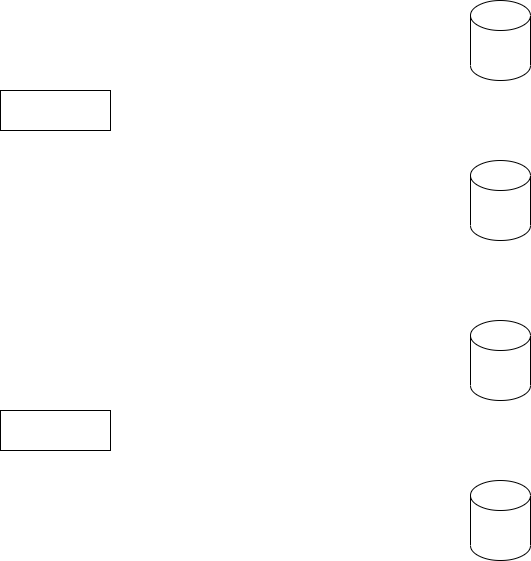
The draw.io diagram 分布式事——2PC.png in fxbin/Image-Of-MySelf, before a commit. Source tidied: cells renumbered, new cells last; positions are measured from the earlier drawing's top-left corner, leaving out a move shared by most shapes.
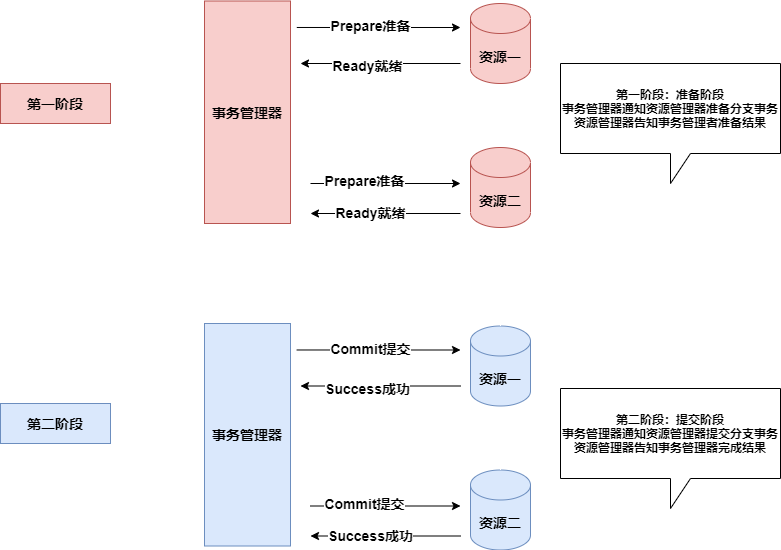
Above is the later version.

Commit message:
更新分布式事——2PC.png

What changed in the source:
```diff
@@ -2,23 +2,117 @@
   <root>
     <mxCell id="0" />
     <mxCell id="1" parent="0" />
-    <mxCell id="2" style="rounded=0;whiteSpace=wrap;html=1;" parent="1" vertex="1">
-      <mxGeometry y="90" width="110" height="40" as="geometry" />
+    <mxCell id="2" value="&lt;b&gt;&lt;font style=&quot;font-size: 14px&quot;&gt;第一阶段&lt;/font&gt;&lt;/b&gt;" style="rounded=0;whiteSpace=wrap;html=1;fillColor=#f8cecc;strokeColor=#b85450;" parent="1" vertex="1">
+      <mxGeometry x="-100" y="90" width="110" height="40" as="geometry" />
     </mxCell>
-    <mxCell id="3" style="rounded=0;whiteSpace=wrap;html=1;" parent="1" vertex="1">
-      <mxGeometry y="410" width="110" height="40" as="geometry" />
+    <mxCell id="3" value="&lt;font style=&quot;font-size: 14px&quot;&gt;&lt;b&gt;第二阶段&lt;/b&gt;&lt;/font&gt;" style="rounded=0;whiteSpace=wrap;html=1;fillColor=#dae8fc;strokeColor=#6c8ebf;" parent="1" vertex="1">
+      <mxGeometry x="-100" y="410" width="110" height="40" as="geometry" />
     </mxCell>
-    <mxCell id="4" style="shape=cylinder3;whiteSpace=wrap;html=1;boundedLbl=1;backgroundOutline=1;size=15;" parent="1" vertex="1">
-      <mxGeometry x="470" width="60" height="80" as="geometry" />
+    <mxCell id="4" value="&lt;font style=&quot;font-size: 14px&quot;&gt;&lt;b&gt;资源一&lt;/b&gt;&lt;/font&gt;" style="shape=cylinder3;whiteSpace=wrap;html=1;boundedLbl=1;backgroundOutline=1;size=15;fillColor=#f8cecc;strokeColor=#b85450;" parent="1" vertex="1">
+      <mxGeometry x="370" y="10" width="60" height="80" as="geometry" />
     </mxCell>
-    <mxCell id="5" style="shape=cylinder3;whiteSpace=wrap;html=1;boundedLbl=1;backgroundOutline=1;size=15;" parent="1" vertex="1">
-      <mxGeometry x="470" y="160" width="60" height="80" as="geometry" />
+    <mxCell id="5" value="&lt;b&gt;&lt;font style=&quot;font-size: 14px&quot;&gt;资源二&lt;/font&gt;&lt;/b&gt;" style="shape=cylinder3;whiteSpace=wrap;html=1;boundedLbl=1;backgroundOutline=1;size=15;fillColor=#f8cecc;strokeColor=#b85450;" parent="1" vertex="1">
+      <mxGeometry x="370" y="154" width="60" height="80" as="geometry" />
     </mxCell>
-    <mxCell id="6" style="shape=cylinder3;whiteSpace=wrap;html=1;boundedLbl=1;backgroundOutline=1;size=15;" parent="1" vertex="1">
-      <mxGeometry x="470" y="320" width="60" height="80" as="geometry" />
-    </mxCell>
-    <mxCell id="7" style="shape=cylinder3;whiteSpace=wrap;html=1;boundedLbl=1;backgroundOutline=1;size=15;" parent="1" vertex="1">
-      <mxGeometry x="470" y="480" width="60" height="80" as="geometry" />
-    </mxCell>
+    <mxCell id="8" value="&lt;font style=&quot;font-size: 14px&quot;&gt;&lt;b&gt;事务管理器&lt;/b&gt;&lt;/font&gt;" style="rounded=0;whiteSpace=wrap;html=1;fillColor=#f8cecc;strokeColor=#b85450;" parent="1" vertex="1">
+      <mxGeometry x="104" y="7.5" width="86" height="222.5" as="geometry" />
+    </mxCell>
+    <mxCell id="9" style="endArrow=classic;html=1;" parent="1" edge="1">
+      <mxGeometry relative="1" as="geometry">
+        <mxPoint x="360" y="70" as="sourcePoint" />
+        <mxPoint x="200" y="70" as="targetPoint" />
+      </mxGeometry>
+    </mxCell>
+    <mxCell id="10" value="&lt;b&gt;&lt;font style=&quot;font-size: 14px&quot;&gt;Ready就绪&lt;/font&gt;&lt;/b&gt;" style="edgeLabel;html=1;align=center;verticalAlign=middle;" parent="9" vertex="1">
+      <mxGeometry x="0.26" y="2" relative="1" as="geometry">
+        <mxPoint x="8" as="offset" />
+      </mxGeometry>
+    </mxCell>
+    <mxCell id="11" style="endArrow=classic;html=1;" parent="1" edge="1">
+      <mxGeometry relative="1" as="geometry">
+        <mxPoint x="210" y="190" as="sourcePoint" />
+        <mxPoint x="360" y="190" as="targetPoint" />
+      </mxGeometry>
+    </mxCell>
+    <mxCell id="12" value="&lt;b&gt;&lt;font style=&quot;font-size: 14px&quot;&gt;Prepare准备&lt;/font&gt;&lt;/b&gt;" style="edgeLabel;html=1;align=center;verticalAlign=middle;" parent="11" vertex="1">
+      <mxGeometry x="-0.28" y="3" relative="1" as="geometry" />
+    </mxCell>
+    <mxCell id="13" style="endArrow=classic;html=1;" parent="1" edge="1">
+      <mxGeometry relative="1" as="geometry">
+        <mxPoint x="360" y="220" as="sourcePoint" />
+        <mxPoint x="210" y="220" as="targetPoint" />
+      </mxGeometry>
+    </mxCell>
+    <mxCell id="14" value="&lt;b&gt;&lt;font style=&quot;font-size: 14px&quot;&gt;Ready就绪&lt;/font&gt;&lt;/b&gt;" style="edgeLabel;html=1;align=center;verticalAlign=middle;" parent="13" vertex="1">
+      <mxGeometry x="0.63" y="-1" relative="1" as="geometry">
+        <mxPoint x="32" as="offset" />
+      </mxGeometry>
+    </mxCell>
+    <mxCell id="15" style="endArrow=classic;html=1;exitX=1.073;exitY=0.119;exitDx=0;exitDy=0;exitPerimeter=0;" parent="1" edge="1" source="8">
+      <mxGeometry relative="1" as="geometry">
+        <mxPoint x="360" y="34" as="targetPoint" />
+      </mxGeometry>
+    </mxCell>
+    <mxCell id="16" value="&lt;b&gt;&lt;font style=&quot;font-size: 14px&quot;&gt;Prepare准备&lt;/font&gt;&lt;/b&gt;" style="edgeLabel;html=1;align=center;verticalAlign=middle;" parent="15" vertex="1">
+      <mxGeometry x="-0.36" y="2" relative="1" as="geometry">
+        <mxPoint x="21.7" as="offset" />
+      </mxGeometry>
+    </mxCell>
+    <mxCell id="17" value="&lt;font style=&quot;font-size: 14px&quot;&gt;&lt;b&gt;资源一&lt;/b&gt;&lt;/font&gt;" style="shape=cylinder3;whiteSpace=wrap;html=1;boundedLbl=1;backgroundOutline=1;size=15;fillColor=#dae8fc;strokeColor=#6c8ebf;" parent="1" vertex="1">
+      <mxGeometry x="370" y="332.5" width="60" height="80" as="geometry" />
+    </mxCell>
+    <mxCell id="18" value="&lt;b&gt;&lt;font style=&quot;font-size: 14px&quot;&gt;资源二&lt;/font&gt;&lt;/b&gt;" style="shape=cylinder3;whiteSpace=wrap;html=1;boundedLbl=1;backgroundOutline=1;size=15;fillColor=#dae8fc;strokeColor=#6c8ebf;" parent="1" vertex="1">
+      <mxGeometry x="370" y="476.5" width="60" height="80" as="geometry" />
+    </mxCell>
+    <mxCell id="19" value="&lt;font style=&quot;font-size: 14px&quot;&gt;&lt;b&gt;事务管理器&lt;/b&gt;&lt;/font&gt;" style="rounded=0;whiteSpace=wrap;html=1;fillColor=#dae8fc;strokeColor=#6c8ebf;" parent="1" vertex="1">
+      <mxGeometry x="104" y="330" width="86" height="222.5" as="geometry" />
+    </mxCell>
+    <mxCell id="20" style="endArrow=classic;html=1;" parent="1" edge="1">
+      <mxGeometry relative="1" as="geometry">
+        <mxPoint x="360" y="392.5" as="sourcePoint" />
+        <mxPoint x="200" y="392.5" as="targetPoint" />
+      </mxGeometry>
+    </mxCell>
+    <mxCell id="21" value="&lt;b&gt;&lt;font style=&quot;font-size: 14px&quot;&gt;Success成功&lt;/font&gt;&lt;/b&gt;" style="edgeLabel;html=1;align=center;verticalAlign=middle;" parent="20" vertex="1">
+      <mxGeometry x="0.26" y="2" relative="1" as="geometry">
+        <mxPoint x="8" as="offset" />
+      </mxGeometry>
+    </mxCell>
+    <mxCell id="22" style="endArrow=classic;html=1;" parent="1" edge="1">
+      <mxGeometry relative="1" as="geometry">
+        <mxPoint x="210" y="512.5" as="sourcePoint" />
+        <mxPoint x="360" y="512.5" as="targetPoint" />
+      </mxGeometry>
+    </mxCell>
+    <mxCell id="23" value="&lt;span style=&quot;font-size: 14px&quot;&gt;&lt;b&gt;Commit提交&lt;/b&gt;&lt;/span&gt;" style="edgeLabel;html=1;align=center;verticalAlign=middle;" parent="22" vertex="1">
+      <mxGeometry x="-0.28" y="3" relative="1" as="geometry" />
+    </mxCell>
+    <mxCell id="24" style="endArrow=classic;html=1;" parent="1" edge="1">
+      <mxGeometry relative="1" as="geometry">
+        <mxPoint x="360" y="542.5" as="sourcePoint" />
+        <mxPoint x="210" y="542.5" as="targetPoint" />
+      </mxGeometry>
+    </mxCell>
+    <mxCell id="25" value="&lt;b&gt;&lt;font style=&quot;font-size: 14px&quot;&gt;Success成功&lt;/font&gt;&lt;/b&gt;" style="edgeLabel;html=1;align=center;verticalAlign=middle;" parent="24" vertex="1">
+      <mxGeometry x="0.63" y="-1" relative="1" as="geometry">
+        <mxPoint x="32" as="offset" />
+      </mxGeometry>
+    </mxCell>
+    <mxCell id="26" style="endArrow=classic;html=1;exitX=1.073;exitY=0.119;exitDx=0;exitDy=0;exitPerimeter=0;" parent="1" edge="1" source="19">
+      <mxGeometry relative="1" as="geometry">
+        <mxPoint x="360" y="356.5" as="targetPoint" />
+      </mxGeometry>
+    </mxCell>
+    <mxCell id="27" value="&lt;span style=&quot;font-size: 14px&quot;&gt;&lt;b&gt;Commit提交&lt;/b&gt;&lt;/span&gt;" style="edgeLabel;html=1;align=center;verticalAlign=middle;" parent="26" vertex="1">
+      <mxGeometry x="-0.36" y="2" relative="1" as="geometry">
+        <mxPoint x="21.7" as="offset" />
+      </mxGeometry>
+    </mxCell>
+    <mxCell id="28" value="&lt;b&gt;&lt;font style=&quot;font-size: 12px&quot;&gt;第一阶段：准备阶段&lt;br&gt;事务管理器通知资源管理器准备分支事务&lt;br&gt;资源管理器告知事务管理者准备结果&lt;/font&gt;&lt;/b&gt;" style="shape=callout;whiteSpace=wrap;html=1;perimeter=calloutPerimeter;" parent="1" vertex="1">
+      <mxGeometry x="460" y="70" width="220" height="120" as="geometry" />
+    </mxCell>
+    <mxCell id="29" value="&lt;b&gt;第二阶段：提交阶段&lt;br&gt;事务管理器通知资源管理器提交分支事务&lt;br&gt;资源管理器告知事务管理器完成结果&lt;/b&gt;" style="shape=callout;whiteSpace=wrap;html=1;perimeter=calloutPerimeter;" parent="1" vertex="1">
+      <mxGeometry x="460" y="395" width="220" height="120" as="geometry" />
+    </mxCell>
   </root>
 </mxGraphModel>
```
